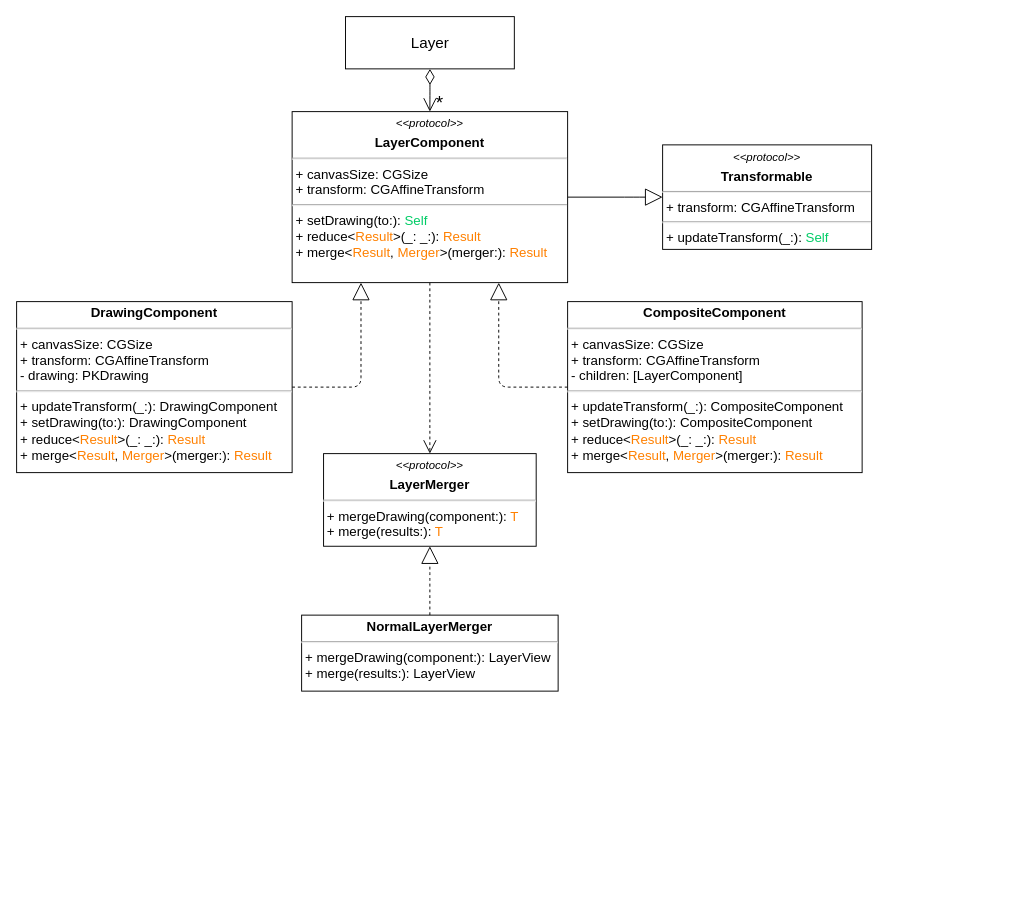
Before: diagrams/LayerDiagram.drawio in CS3217-Storyteller/storyteller-app, a draw.io diagram. Source tidied: cells renumbered, new cells numbered last; positions are measured from the earlier drawing's top-left corner, leaving out a move shared by most shapes. Both pictures are drawn from the tidied source at 95%, with x=0, y=0 at pixel (16, 16).
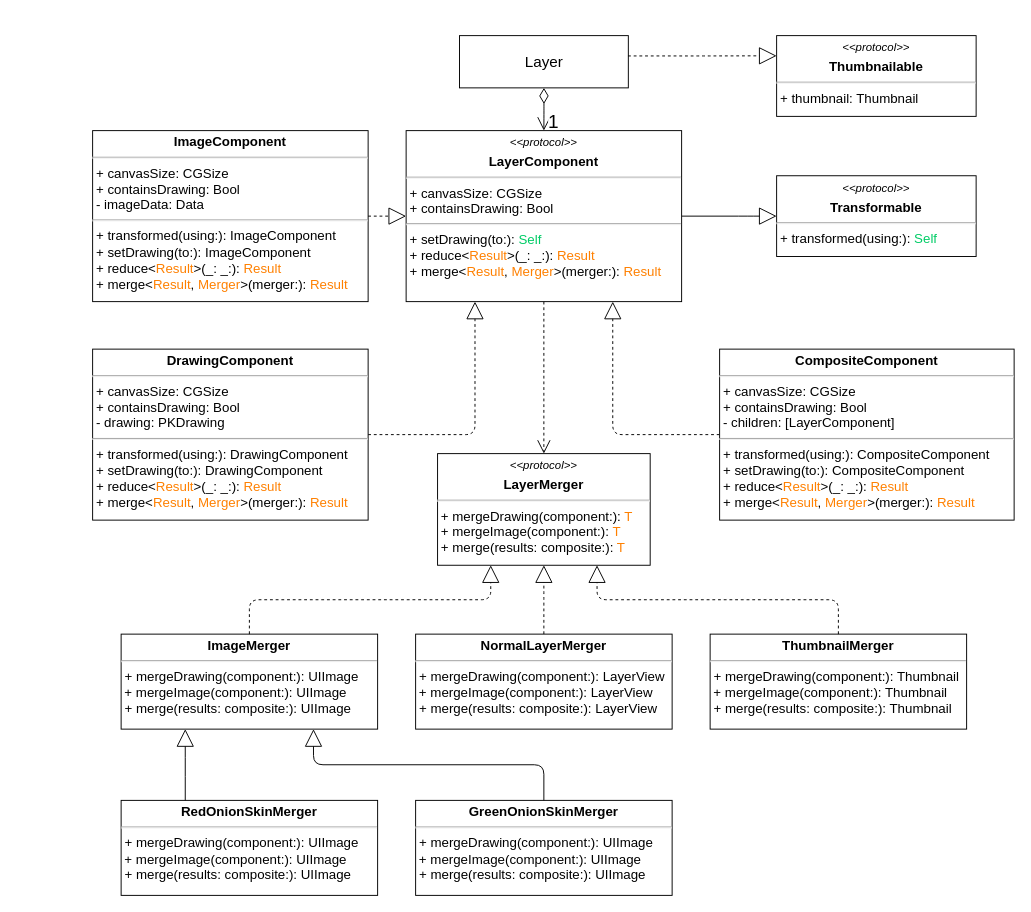
After the change.

Diff of the diagram source:
```diff
@@
     <mxCell id="2" value="&lt;span style=&quot;font-size: 16px&quot;&gt;Layer&lt;/span&gt;" style="html=1;" parent="1" vertex="1">
-      <mxGeometry x="346.2" width="177.7" height="55" as="geometry" />
+      <mxGeometry x="466.2" y="20" width="177.7" height="55" as="geometry" />
     </mxCell>
     <mxCell id="3" style="endArrow=open;html=1;endSize=12;startArrow=diamondThin;startSize=14;startFill=0;edgeStyle=orthogonalEdgeStyle;align=left;verticalAlign=bottom;exitX=0.5;exitY=1;exitDx=0;exitDy=0;entryX=0.5;entryY=0;entryDx=0;entryDy=0;" parent="1" edge="1" source="2" target="11">
-      <mxGeometry x="575.9" y="-891" as="geometry" />
+      <mxGeometry x="695.9" y="-871" as="geometry" />
     </mxCell>
-    <mxCell id="4" value="&lt;font style=&quot;font-size: 20px&quot;&gt;*&lt;/font&gt;" style="edgeLabel;html=1;align=center;verticalAlign=middle;" parent="3" vertex="1">
+    <mxCell id="4" value="&lt;font style=&quot;font-size: 20px&quot;&gt;1&lt;/font&gt;" style="edgeLabel;html=1;align=center;verticalAlign=middle;" parent="3" vertex="1">
       <mxGeometry relative="1" as="geometry">
         <mxPoint x="9.4" y="12" as="offset" />
       </mxGeometry>
     </mxCell>
     <mxCell id="5" style="endArrow=block;endSize=16;endFill=0;html=1;fontSize=15;exitX=0;exitY=0.5;exitDx=0;exitDy=0;entryX=0.75;entryY=1;entryDx=0;entryDy=0;edgeStyle=orthogonalEdgeStyle;dashed=1;" parent="1" edge="1" source="12" target="11">
       <mxGeometry relative="1" as="geometry">
         <Array as="points">
-          <mxPoint x="508" y="390" />
+          <mxPoint x="628" y="440" />
         </Array>
       </mxGeometry>
     </mxCell>
@@
     <mxCell id="7" style="endArrow=block;endSize=16;endFill=0;html=1;fontSize=15;exitX=1;exitY=0.5;exitDx=0;exitDy=0;entryX=0;entryY=0.5;entryDx=0;entryDy=0;edgeStyle=orthogonalEdgeStyle;" parent="1" edge="1" source="11" target="13">
       <mxGeometry relative="1" as="geometry">
         <Array as="points">
-          <mxPoint x="650" y="190" />
+          <mxPoint x="770" y="210" />
         </Array>
       </mxGeometry>
     </mxCell>
@@
     <mxCell id="9" style="endArrow=block;endSize=16;endFill=0;html=1;fontSize=15;exitX=0.5;exitY=0;exitDx=0;exitDy=0;entryX=0.5;entryY=1;entryDx=0;entryDy=0;edgeStyle=orthogonalEdgeStyle;dashed=1;" parent="1" edge="1" source="15" target="14">
       <mxGeometry relative="1" as="geometry">
         <Array as="points">
-          <mxPoint x="434.9" y="590" />
-          <mxPoint x="434.9" y="590" />
+          <mxPoint x="554.9" y="610" />
+          <mxPoint x="554.9" y="610" />
         </Array>
       </mxGeometry>
     </mxCell>
-    <mxCell id="10" value="&lt;p style=&quot;margin: 4px 0px 0px ; text-align: center ; font-size: 14px&quot;&gt;&lt;b style=&quot;font-size: 14px&quot;&gt;DrawingComponent&lt;/b&gt;&lt;/p&gt;&lt;hr style=&quot;font-size: 14px&quot;&gt;&lt;p style=&quot;margin: 0px 0px 0px 4px ; font-size: 14px&quot;&gt;+ canvasSize: CGSize&lt;/p&gt;&lt;p style=&quot;margin: 0px 0px 0px 4px ; font-size: 14px&quot;&gt;+&amp;nbsp;transform: CGAffineTransform&lt;/p&gt;&lt;p style=&quot;margin: 0px 0px 0px 4px ; font-size: 14px&quot;&gt;-&amp;nbsp;drawing: PKDrawing&amp;nbsp;&lt;/p&gt;&lt;hr style=&quot;font-size: 14px&quot;&gt;&lt;p style=&quot;margin: 0px 0px 0px 4px ; font-size: 14px&quot;&gt;+ updateTransform(_:): DrawingComponent&lt;br&gt;&lt;/p&gt;&lt;p style=&quot;margin: 0px 0px 0px 4px ; font-size: 14px&quot;&gt;+ setDrawing(to:): DrawingComponent&lt;/p&gt;&lt;p style=&quot;margin: 0px 0px 0px 4px ; font-size: 14px&quot;&gt;+ reduce&amp;lt;&lt;font color=&quot;#ff8000&quot;&gt;Result&lt;/font&gt;&amp;gt;(_: _:): &lt;font color=&quot;#ff8000&quot;&gt;Result&lt;/font&gt;&lt;/p&gt;&lt;p style=&quot;margin: 0px 0px 0px 4px ; font-size: 14px&quot;&gt;+&amp;nbsp;merge&amp;lt;&lt;font color=&quot;#ff8000&quot;&gt;Result&lt;/font&gt;, &lt;font color=&quot;#ff8000&quot;&gt;Merger&lt;/font&gt;&amp;gt;(merger:): &lt;font color=&quot;#ff8000&quot;&gt;Result&lt;/font&gt;&lt;/p&gt;" style="verticalAlign=top;align=left;overflow=fill;fontSize=14;fontFamily=Helvetica;html=1;" parent="1" vertex="1">
-      <mxGeometry y="300" width="290" height="180" as="geometry" />
+    <mxCell id="10" value="&lt;p style=&quot;margin: 4px 0px 0px ; text-align: center ; font-size: 14px&quot;&gt;&lt;b style=&quot;font-size: 14px&quot;&gt;DrawingComponent&lt;/b&gt;&lt;/p&gt;&lt;hr style=&quot;font-size: 14px&quot;&gt;&lt;p style=&quot;margin: 0px 0px 0px 4px ; font-size: 14px&quot;&gt;+ canvasSize: CGSize&lt;/p&gt;&lt;p style=&quot;margin: 0px 0px 0px 4px ; font-size: 14px&quot;&gt;+ containsDrawing: Bool&lt;/p&gt;&lt;p style=&quot;margin: 0px 0px 0px 4px ; font-size: 14px&quot;&gt;-&amp;nbsp;drawing: PKDrawing&amp;nbsp;&lt;/p&gt;&lt;hr style=&quot;font-size: 14px&quot;&gt;&lt;p style=&quot;margin: 0px 0px 0px 4px ; font-size: 14px&quot;&gt;+ transformed(using:): DrawingComponent&lt;br&gt;&lt;/p&gt;&lt;p style=&quot;margin: 0px 0px 0px 4px ; font-size: 14px&quot;&gt;+ setDrawing(to:): DrawingComponent&lt;/p&gt;&lt;p style=&quot;margin: 0px 0px 0px 4px ; font-size: 14px&quot;&gt;+ reduce&amp;lt;&lt;font color=&quot;#ff8000&quot;&gt;Result&lt;/font&gt;&amp;gt;(_: _:): &lt;font color=&quot;#ff8000&quot;&gt;Result&lt;/font&gt;&lt;/p&gt;&lt;p style=&quot;margin: 0px 0px 0px 4px ; font-size: 14px&quot;&gt;+&amp;nbsp;merge&amp;lt;&lt;font color=&quot;#ff8000&quot;&gt;Result&lt;/font&gt;, &lt;font color=&quot;#ff8000&quot;&gt;Merger&lt;/font&gt;&amp;gt;(merger:): &lt;font color=&quot;#ff8000&quot;&gt;Result&lt;/font&gt;&lt;/p&gt;" style="verticalAlign=top;align=left;overflow=fill;fontSize=14;fontFamily=Helvetica;html=1;" parent="1" vertex="1">
+      <mxGeometry x="80" y="350" width="290" height="180" as="geometry" />
     </mxCell>
-    <mxCell id="11" value="&lt;p style=&quot;margin: 4px 0px 0px ; text-align: center ; font-size: 14px&quot;&gt;&lt;i style=&quot;font-size: 12px&quot;&gt;&amp;lt;&amp;lt;protocol&amp;gt;&amp;gt;&lt;/i&gt;&lt;b style=&quot;font-size: 14px&quot;&gt;&lt;br&gt;&lt;/b&gt;&lt;/p&gt;&lt;p style=&quot;margin: 4px 0px 0px ; text-align: center ; font-size: 14px&quot;&gt;&lt;b style=&quot;font-size: 14px&quot;&gt;LayerComponent&lt;/b&gt;&lt;/p&gt;&lt;hr style=&quot;font-size: 14px&quot;&gt;&lt;p style=&quot;margin: 0px 0px 0px 4px ; font-size: 14px&quot;&gt;+ canvasSize: CGSize&lt;/p&gt;&lt;p style=&quot;margin: 0px 0px 0px 4px ; font-size: 14px&quot;&gt;+&amp;nbsp;transform: CGAffineTransform&lt;br&gt;&lt;/p&gt;&lt;hr style=&quot;font-size: 14px&quot;&gt;&lt;p style=&quot;margin: 0px 0px 0px 4px ; font-size: 14px&quot;&gt;+ setDrawing(to:): &lt;font color=&quot;#00cc66&quot;&gt;Self&lt;/font&gt;&lt;/p&gt;&lt;p style=&quot;margin: 0px 0px 0px 4px&quot;&gt;+ reduce&amp;lt;&lt;font color=&quot;#ff8000&quot;&gt;Result&lt;/font&gt;&amp;gt;(_: _:):&amp;nbsp;&lt;font color=&quot;#ff8000&quot;&gt;Result&lt;/font&gt;&lt;/p&gt;&lt;p style=&quot;margin: 0px 0px 0px 4px&quot;&gt;+&amp;nbsp;merge&amp;lt;&lt;font color=&quot;#ff8000&quot;&gt;Result&lt;/font&gt;,&amp;nbsp;&lt;font color=&quot;#ff8000&quot;&gt;Merger&lt;/font&gt;&amp;gt;(merger:):&amp;nbsp;&lt;font color=&quot;#ff8000&quot;&gt;Result&lt;/font&gt;&lt;/p&gt;" style="verticalAlign=top;align=left;overflow=fill;fontSize=14;fontFamily=Helvetica;html=1;" parent="1" vertex="1">
-      <mxGeometry x="290" y="100" width="290" height="180" as="geometry" />
+    <mxCell id="11" value="&lt;p style=&quot;margin: 4px 0px 0px ; text-align: center ; font-size: 14px&quot;&gt;&lt;i style=&quot;font-size: 12px&quot;&gt;&amp;lt;&amp;lt;protocol&amp;gt;&amp;gt;&lt;/i&gt;&lt;b style=&quot;font-size: 14px&quot;&gt;&lt;br&gt;&lt;/b&gt;&lt;/p&gt;&lt;p style=&quot;margin: 4px 0px 0px ; text-align: center ; font-size: 14px&quot;&gt;&lt;b style=&quot;font-size: 14px&quot;&gt;LayerComponent&lt;/b&gt;&lt;/p&gt;&lt;hr style=&quot;font-size: 14px&quot;&gt;&lt;p style=&quot;margin: 0px 0px 0px 4px ; font-size: 14px&quot;&gt;+ canvasSize: CGSize&lt;/p&gt;&lt;p style=&quot;margin: 0px 0px 0px 4px ; font-size: 14px&quot;&gt;+ containsDrawing: Bool&lt;/p&gt;&lt;hr style=&quot;font-size: 14px&quot;&gt;&lt;p style=&quot;margin: 0px 0px 0px 4px ; font-size: 14px&quot;&gt;+ setDrawing(to:): &lt;font color=&quot;#00cc66&quot;&gt;Self&lt;/font&gt;&lt;/p&gt;&lt;p style=&quot;margin: 0px 0px 0px 4px&quot;&gt;+ reduce&amp;lt;&lt;font color=&quot;#ff8000&quot;&gt;Result&lt;/font&gt;&amp;gt;(_: _:):&amp;nbsp;&lt;font color=&quot;#ff8000&quot;&gt;Result&lt;/font&gt;&lt;/p&gt;&lt;p style=&quot;margin: 0px 0px 0px 4px&quot;&gt;+&amp;nbsp;merge&amp;lt;&lt;font color=&quot;#ff8000&quot;&gt;Result&lt;/font&gt;,&amp;nbsp;&lt;font color=&quot;#ff8000&quot;&gt;Merger&lt;/font&gt;&amp;gt;(merger:):&amp;nbsp;&lt;font color=&quot;#ff8000&quot;&gt;Result&lt;/font&gt;&lt;/p&gt;" style="verticalAlign=top;align=left;overflow=fill;fontSize=14;fontFamily=Helvetica;html=1;" parent="1" vertex="1">
+      <mxGeometry x="410" y="120" width="290" height="180" as="geometry" />
     </mxCell>
-    <mxCell id="12" value="&lt;p style=&quot;margin: 4px 0px 0px ; text-align: center ; font-size: 14px&quot;&gt;&lt;b style=&quot;font-size: 14px&quot;&gt;CompositeComponent&lt;/b&gt;&lt;/p&gt;&lt;hr style=&quot;font-size: 14px&quot;&gt;&lt;p style=&quot;margin: 0px 0px 0px 4px ; font-size: 14px&quot;&gt;+ canvasSize: CGSize&lt;/p&gt;&lt;p style=&quot;margin: 0px 0px 0px 4px ; font-size: 14px&quot;&gt;+&amp;nbsp;transform: CGAffineTransform&lt;/p&gt;&lt;p style=&quot;margin: 0px 0px 0px 4px ; font-size: 14px&quot;&gt;-&amp;nbsp;children: [LayerComponent]&amp;nbsp;&lt;/p&gt;&lt;hr style=&quot;font-size: 14px&quot;&gt;&lt;p style=&quot;margin: 0px 0px 0px 4px ; font-size: 14px&quot;&gt;+ updateTransform(_:): CompositeComponent&lt;br&gt;&lt;/p&gt;&lt;p style=&quot;margin: 0px 0px 0px 4px ; font-size: 14px&quot;&gt;+ setDrawing(to:): CompositeComponent&lt;/p&gt;&lt;p style=&quot;margin: 0px 0px 0px 4px ; font-size: 14px&quot;&gt;+ reduce&amp;lt;&lt;font color=&quot;#ff8000&quot;&gt;Result&lt;/font&gt;&amp;gt;(_: _:): &lt;font color=&quot;#ff8000&quot;&gt;Result&lt;/font&gt;&lt;/p&gt;&lt;p style=&quot;margin: 0px 0px 0px 4px ; font-size: 14px&quot;&gt;+&amp;nbsp;merge&amp;lt;&lt;font color=&quot;#ff8000&quot;&gt;Result&lt;/font&gt;, &lt;font color=&quot;#ff8000&quot;&gt;Merger&lt;/font&gt;&amp;gt;(merger:): &lt;font color=&quot;#ff8000&quot;&gt;Result&lt;/font&gt;&lt;/p&gt;" style="verticalAlign=top;align=left;overflow=fill;fontSize=14;fontFamily=Helvetica;html=1;" parent="1" vertex="1">
-      <mxGeometry x="580" y="300" width="310" height="180" as="geometry" />
+    <mxCell id="12" value="&lt;p style=&quot;margin: 4px 0px 0px ; text-align: center ; font-size: 14px&quot;&gt;&lt;b style=&quot;font-size: 14px&quot;&gt;CompositeComponent&lt;/b&gt;&lt;/p&gt;&lt;hr style=&quot;font-size: 14px&quot;&gt;&lt;p style=&quot;margin: 0px 0px 0px 4px ; font-size: 14px&quot;&gt;+ canvasSize: CGSize&lt;/p&gt;&lt;p style=&quot;margin: 0px 0px 0px 4px ; font-size: 14px&quot;&gt;+&amp;nbsp;containsDrawing: Bool&lt;/p&gt;&lt;p style=&quot;margin: 0px 0px 0px 4px ; font-size: 14px&quot;&gt;-&amp;nbsp;children: [LayerComponent]&amp;nbsp;&lt;/p&gt;&lt;hr style=&quot;font-size: 14px&quot;&gt;&lt;p style=&quot;margin: 0px 0px 0px 4px ; font-size: 14px&quot;&gt;+ transformed(using:):&amp;nbsp;CompositeComponent&lt;br&gt;&lt;/p&gt;&lt;p style=&quot;margin: 0px 0px 0px 4px ; font-size: 14px&quot;&gt;+ setDrawing(to:): CompositeComponent&lt;/p&gt;&lt;p style=&quot;margin: 0px 0px 0px 4px ; font-size: 14px&quot;&gt;+ reduce&amp;lt;&lt;font color=&quot;#ff8000&quot;&gt;Result&lt;/font&gt;&amp;gt;(_: _:): &lt;font color=&quot;#ff8000&quot;&gt;Result&lt;/font&gt;&lt;/p&gt;&lt;p style=&quot;margin: 0px 0px 0px 4px ; font-size: 14px&quot;&gt;+&amp;nbsp;merge&amp;lt;&lt;font color=&quot;#ff8000&quot;&gt;Result&lt;/font&gt;, &lt;font color=&quot;#ff8000&quot;&gt;Merger&lt;/font&gt;&amp;gt;(merger:): &lt;font color=&quot;#ff8000&quot;&gt;Result&lt;/font&gt;&lt;/p&gt;" style="verticalAlign=top;align=left;overflow=fill;fontSize=14;fontFamily=Helvetica;html=1;" parent="1" vertex="1">
+      <mxGeometry x="740" y="350" width="310" height="180" as="geometry" />
     </mxCell>
-    <mxCell id="13" value="&lt;p style=&quot;margin: 4px 0px 0px ; text-align: center ; font-size: 14px&quot;&gt;&lt;i style=&quot;font-size: 12px&quot;&gt;&amp;lt;&amp;lt;protocol&amp;gt;&amp;gt;&lt;/i&gt;&lt;b style=&quot;font-size: 14px&quot;&gt;&lt;br&gt;&lt;/b&gt;&lt;/p&gt;&lt;p style=&quot;margin: 4px 0px 0px ; text-align: center ; font-size: 14px&quot;&gt;&lt;b style=&quot;font-size: 14px&quot;&gt;Transformable&lt;/b&gt;&lt;/p&gt;&lt;hr style=&quot;font-size: 14px&quot;&gt;&lt;p style=&quot;margin: 0px 0px 0px 4px ; font-size: 14px&quot;&gt;&lt;span&gt;+&amp;nbsp;transform: CGAffineTransform&lt;/span&gt;&lt;br&gt;&lt;/p&gt;&lt;hr style=&quot;font-size: 14px&quot;&gt;&lt;p style=&quot;margin: 0px 0px 0px 4px ; font-size: 14px&quot;&gt;+ updateTransform(_:): &lt;font color=&quot;#00cc66&quot;&gt;Self&lt;/font&gt;&lt;/p&gt;" style="verticalAlign=top;align=left;overflow=fill;fontSize=14;fontFamily=Helvetica;html=1;" parent="1" vertex="1">
-      <mxGeometry x="680" y="135" width="220" height="110" as="geometry" />
+    <mxCell id="13" value="&lt;p style=&quot;margin: 4px 0px 0px ; text-align: center ; font-size: 14px&quot;&gt;&lt;i style=&quot;font-size: 12px&quot;&gt;&amp;lt;&amp;lt;protocol&amp;gt;&amp;gt;&lt;/i&gt;&lt;b style=&quot;font-size: 14px&quot;&gt;&lt;br&gt;&lt;/b&gt;&lt;/p&gt;&lt;p style=&quot;margin: 4px 0px 0px ; text-align: center ; font-size: 14px&quot;&gt;&lt;b style=&quot;font-size: 14px&quot;&gt;Transformable&lt;/b&gt;&lt;/p&gt;&lt;hr style=&quot;font-size: 14px&quot;&gt;&lt;p style=&quot;margin: 0px 0px 0px 4px ; font-size: 14px&quot;&gt;+ transformed(using:): &lt;font color=&quot;#00cc66&quot;&gt;Self&lt;/font&gt;&lt;/p&gt;" style="verticalAlign=top;align=left;overflow=fill;fontSize=14;fontFamily=Helvetica;html=1;" parent="1" vertex="1">
+      <mxGeometry x="800" y="167.5" width="210" height="85" as="geometry" />
     </mxCell>
-    <mxCell id="14" value="&lt;p style=&quot;margin: 4px 0px 0px ; text-align: center ; font-size: 14px&quot;&gt;&lt;i style=&quot;font-size: 12px&quot;&gt;&amp;lt;&amp;lt;protocol&amp;gt;&amp;gt;&lt;/i&gt;&lt;b style=&quot;font-size: 14px&quot;&gt;&lt;br&gt;&lt;/b&gt;&lt;/p&gt;&lt;p style=&quot;margin: 4px 0px 0px ; text-align: center&quot;&gt;&lt;b&gt;LayerMerger&lt;/b&gt;&lt;/p&gt;&lt;hr style=&quot;font-size: 14px&quot;&gt;&lt;p style=&quot;margin: 0px 0px 0px 4px ; font-size: 14px&quot;&gt;+ mergeDrawing(component:): &lt;font color=&quot;#ff8000&quot;&gt;T&lt;/font&gt;&lt;/p&gt;&lt;p style=&quot;margin: 0px 0px 0px 4px ; font-size: 14px&quot;&gt;+ merge(results:): &lt;font color=&quot;#ff8000&quot;&gt;T&lt;/font&gt;&lt;/p&gt;" style="verticalAlign=top;align=left;overflow=fill;fontSize=14;fontFamily=Helvetica;html=1;" parent="1" vertex="1">
-      <mxGeometry x="323.1" y="460" width="223.8" height="97.5" as="geometry" />
+    <mxCell id="14" value="&lt;p style=&quot;margin: 4px 0px 0px ; text-align: center ; font-size: 14px&quot;&gt;&lt;i style=&quot;font-size: 12px&quot;&gt;&amp;lt;&amp;lt;protocol&amp;gt;&amp;gt;&lt;/i&gt;&lt;b style=&quot;font-size: 14px&quot;&gt;&lt;br&gt;&lt;/b&gt;&lt;/p&gt;&lt;p style=&quot;margin: 4px 0px 0px ; text-align: center&quot;&gt;&lt;b&gt;LayerMerger&lt;/b&gt;&lt;/p&gt;&lt;hr style=&quot;font-size: 14px&quot;&gt;&lt;p style=&quot;margin: 0px 0px 0px 4px ; font-size: 14px&quot;&gt;+ mergeDrawing(component:): &lt;font color=&quot;#ff8000&quot;&gt;T&lt;/font&gt;&lt;/p&gt;&amp;nbsp;+ mergeImage(component:):&amp;nbsp;&lt;font color=&quot;#ff8000&quot;&gt;T&lt;/font&gt;&lt;p style=&quot;margin: 0px 0px 0px 4px ; font-size: 14px&quot;&gt;+ merge(results: composite:): &lt;font color=&quot;#ff8000&quot;&gt;T&lt;/font&gt;&lt;/p&gt;" style="verticalAlign=top;align=left;overflow=fill;fontSize=14;fontFamily=Helvetica;html=1;" parent="1" vertex="1">
+      <mxGeometry x="443.1" y="460" width="223.8" height="117.5" as="geometry" />
     </mxCell>
-    <mxCell id="15" value="&lt;p style=&quot;margin: 4px 0px 0px ; text-align: center&quot;&gt;&lt;b&gt;NormalLayerMerger&lt;/b&gt;&lt;/p&gt;&lt;hr style=&quot;font-size: 14px&quot;&gt;&lt;p style=&quot;margin: 0px 0px 0px 4px ; font-size: 14px&quot;&gt;&lt;span&gt;+ mergeDrawing(component:): LayerView&lt;/span&gt;&lt;/p&gt;&lt;p style=&quot;margin: 0px 0px 0px 4px&quot;&gt;+ merge(results:): LayerView&lt;/p&gt;" style="verticalAlign=top;align=left;overflow=fill;fontSize=14;fontFamily=Helvetica;html=1;" parent="1" vertex="1">
-      <mxGeometry x="300" y="630" width="270" height="80" as="geometry" />
+    <mxCell id="15" value="&lt;p style=&quot;margin: 4px 0px 0px ; text-align: center&quot;&gt;&lt;b&gt;NormalLayerMerger&lt;/b&gt;&lt;/p&gt;&lt;hr style=&quot;font-size: 14px&quot;&gt;&lt;p style=&quot;margin: 0px 0px 0px 4px ; font-size: 14px&quot;&gt;&lt;span&gt;+ mergeDrawing(component:): LayerView&lt;/span&gt;&lt;/p&gt;&amp;nbsp;+ mergeImage(component:): LayerView&lt;p style=&quot;margin: 0px 0px 0px 4px&quot;&gt;+ merge(results: composite:): LayerView&lt;/p&gt;" style="verticalAlign=top;align=left;overflow=fill;fontSize=14;fontFamily=Helvetica;html=1;" parent="1" vertex="1">
+      <mxGeometry x="420" y="650" width="270" height="100" as="geometry" />
     </mxCell>
+    <mxCell id="16" value="&lt;p style=&quot;margin: 4px 0px 0px ; text-align: center&quot;&gt;&lt;b&gt;ThumbnailMerger&lt;/b&gt;&lt;/p&gt;&lt;hr style=&quot;font-size: 14px&quot;&gt;&lt;p style=&quot;margin: 0px 0px 0px 4px ; font-size: 14px&quot;&gt;&lt;span&gt;+ mergeDrawing(component:): Thumbnail&lt;/span&gt;&lt;/p&gt;&amp;nbsp;+ mergeImage(component:): Thumbnail&lt;p style=&quot;margin: 0px 0px 0px 4px&quot;&gt;+ merge(results: composite:): Thumbnail&lt;/p&gt;" style="verticalAlign=top;align=left;overflow=fill;fontSize=14;fontFamily=Helvetica;html=1;" parent="1" vertex="1">
+      <mxGeometry x="730" y="650" width="270" height="100" as="geometry" />
+    </mxCell>
+    <mxCell id="17" style="endArrow=block;endSize=16;endFill=0;html=1;fontSize=15;entryX=0.75;entryY=1;entryDx=0;entryDy=0;edgeStyle=orthogonalEdgeStyle;dashed=1;exitX=0.5;exitY=0;exitDx=0;exitDy=0;" parent="1" edge="1" source="16" target="14">
+      <mxGeometry relative="1" as="geometry" />
+    </mxCell>
+    <mxCell id="18" value="&lt;p style=&quot;margin: 4px 0px 0px ; text-align: center&quot;&gt;&lt;b&gt;ImageMerger&lt;/b&gt;&lt;/p&gt;&lt;hr style=&quot;font-size: 14px&quot;&gt;&lt;p style=&quot;margin: 0px 0px 0px 4px ; font-size: 14px&quot;&gt;&lt;span&gt;+ mergeDrawing(component:): UIImage&lt;/span&gt;&lt;/p&gt;&amp;nbsp;+ mergeImage(component:): UIImage&lt;p style=&quot;margin: 0px 0px 0px 4px&quot;&gt;+ merge(results: composite:): UIImage&lt;/p&gt;" style="verticalAlign=top;align=left;overflow=fill;fontSize=14;fontFamily=Helvetica;html=1;" parent="1" vertex="1">
+      <mxGeometry x="110" y="650" width="270" height="100" as="geometry" />
+    </mxCell>
+    <mxCell id="19" style="endArrow=block;endSize=16;endFill=0;html=1;fontSize=15;entryX=0.25;entryY=1;entryDx=0;entryDy=0;edgeStyle=orthogonalEdgeStyle;dashed=1;exitX=0.5;exitY=0;exitDx=0;exitDy=0;" parent="1" edge="1" source="18" target="14">
+      <mxGeometry relative="1" as="geometry" />
+    </mxCell>
+    <mxCell id="20" value="&lt;p style=&quot;margin: 4px 0px 0px ; text-align: center&quot;&gt;&lt;b&gt;RedOnionSkinMerger&lt;/b&gt;&lt;/p&gt;&lt;hr style=&quot;font-size: 14px&quot;&gt;&lt;p style=&quot;margin: 0px 0px 0px 4px ; font-size: 14px&quot;&gt;&lt;span&gt;+ mergeDrawing(component:): UIImage&lt;/span&gt;&lt;/p&gt;&amp;nbsp;+ mergeImage(component:): UIImage&lt;p style=&quot;margin: 0px 0px 0px 4px&quot;&gt;+ merge(results: composite:): UIImage&lt;/p&gt;" style="verticalAlign=top;align=left;overflow=fill;fontSize=14;fontFamily=Helvetica;html=1;" parent="1" vertex="1">
+      <mxGeometry x="110" y="825" width="270" height="100" as="geometry" />
+    </mxCell>
+    <mxCell id="21" value="&lt;p style=&quot;margin: 4px 0px 0px ; text-align: center&quot;&gt;&lt;b&gt;GreenOnionSkinMerger&lt;/b&gt;&lt;/p&gt;&lt;hr style=&quot;font-size: 14px&quot;&gt;&lt;p style=&quot;margin: 0px 0px 0px 4px ; font-size: 14px&quot;&gt;&lt;span&gt;+ mergeDrawing(component:): UIImage&lt;/span&gt;&lt;/p&gt;&amp;nbsp;+ mergeImage(component:): UIImage&lt;p style=&quot;margin: 0px 0px 0px 4px&quot;&gt;+ merge(results: composite:): UIImage&lt;/p&gt;" style="verticalAlign=top;align=left;overflow=fill;fontSize=14;fontFamily=Helvetica;html=1;" parent="1" vertex="1">
+      <mxGeometry x="420" y="825" width="270" height="100" as="geometry" />
+    </mxCell>
+    <mxCell id="22" style="endArrow=block;endSize=16;endFill=0;html=1;fontSize=15;exitX=0.25;exitY=0;exitDx=0;exitDy=0;entryX=0.25;entryY=1;entryDx=0;entryDy=0;edgeStyle=orthogonalEdgeStyle;" parent="1" edge="1" source="20" target="18">
+      <mxGeometry relative="1" as="geometry">
+        <Array as="points">
+          <mxPoint x="178" y="790" />
+          <mxPoint x="178" y="790" />
+        </Array>
+      </mxGeometry>
+    </mxCell>
+    <mxCell id="23" style="endArrow=block;endSize=16;endFill=0;html=1;fontSize=15;entryX=0.75;entryY=1;entryDx=0;entryDy=0;edgeStyle=orthogonalEdgeStyle;exitX=0.5;exitY=0;exitDx=0;exitDy=0;" parent="1" edge="1" source="21" target="18">
+      <mxGeometry relative="1" as="geometry" />
+    </mxCell>
+    <mxCell id="24" value="&lt;p style=&quot;margin: 4px 0px 0px ; text-align: center ; font-size: 14px&quot;&gt;&lt;b style=&quot;font-size: 14px&quot;&gt;ImageComponent&lt;/b&gt;&lt;/p&gt;&lt;hr style=&quot;font-size: 14px&quot;&gt;&lt;p style=&quot;margin: 0px 0px 0px 4px ; font-size: 14px&quot;&gt;+ canvasSize: CGSize&lt;/p&gt;&lt;p style=&quot;margin: 0px 0px 0px 4px ; font-size: 14px&quot;&gt;+ containsDrawing: Bool&lt;/p&gt;&lt;p style=&quot;margin: 0px 0px 0px 4px ; font-size: 14px&quot;&gt;-&amp;nbsp;imageData: Data&amp;nbsp;&lt;/p&gt;&lt;hr style=&quot;font-size: 14px&quot;&gt;&lt;p style=&quot;margin: 0px 0px 0px 4px ; font-size: 14px&quot;&gt;+ transformed(using:): ImageComponent&lt;br&gt;&lt;/p&gt;&lt;p style=&quot;margin: 0px 0px 0px 4px ; font-size: 14px&quot;&gt;+ setDrawing(to:): ImageComponent&lt;/p&gt;&lt;p style=&quot;margin: 0px 0px 0px 4px ; font-size: 14px&quot;&gt;+ reduce&amp;lt;&lt;font color=&quot;#ff8000&quot;&gt;Result&lt;/font&gt;&amp;gt;(_: _:): &lt;font color=&quot;#ff8000&quot;&gt;Result&lt;/font&gt;&lt;/p&gt;&lt;p style=&quot;margin: 0px 0px 0px 4px ; font-size: 14px&quot;&gt;+&amp;nbsp;merge&amp;lt;&lt;font color=&quot;#ff8000&quot;&gt;Result&lt;/font&gt;, &lt;font color=&quot;#ff8000&quot;&gt;Merger&lt;/font&gt;&amp;gt;(merger:): &lt;font color=&quot;#ff8000&quot;&gt;Result&lt;/font&gt;&lt;/p&gt;" style="verticalAlign=top;align=left;overflow=fill;fontSize=14;fontFamily=Helvetica;html=1;" parent="1" vertex="1">
+      <mxGeometry x="80" y="120" width="290" height="180" as="geometry" />
+    </mxCell>
+    <mxCell id="25" style="endArrow=block;endSize=16;endFill=0;html=1;fontSize=15;exitX=1;exitY=0.5;exitDx=0;exitDy=0;entryX=0;entryY=0.5;entryDx=0;entryDy=0;edgeStyle=orthogonalEdgeStyle;dashed=1;" parent="1" edge="1" source="24" target="11">
+      <mxGeometry relative="1" as="geometry" />
+    </mxCell>
+    <mxCell id="26" value="&lt;p style=&quot;margin: 4px 0px 0px ; text-align: center ; font-size: 14px&quot;&gt;&lt;i style=&quot;font-size: 12px&quot;&gt;&amp;lt;&amp;lt;protocol&amp;gt;&amp;gt;&lt;/i&gt;&lt;b style=&quot;font-size: 14px&quot;&gt;&lt;br&gt;&lt;/b&gt;&lt;/p&gt;&lt;p style=&quot;margin: 4px 0px 0px ; text-align: center ; font-size: 14px&quot;&gt;&lt;b style=&quot;font-size: 14px&quot;&gt;Thumbnailable&lt;/b&gt;&lt;/p&gt;&lt;hr style=&quot;font-size: 14px&quot;&gt;&lt;p style=&quot;margin: 0px 0px 0px 4px ; font-size: 14px&quot;&gt;+ thumbnail: Thumbnail&lt;/p&gt;" style="verticalAlign=top;align=left;overflow=fill;fontSize=14;fontFamily=Helvetica;html=1;" parent="1" vertex="1">
+      <mxGeometry x="800" y="20" width="210" height="85" as="geometry" />
+    </mxCell>
+    <mxCell id="27" style="endArrow=block;endSize=16;endFill=0;html=1;fontSize=15;entryX=0;entryY=0.25;entryDx=0;entryDy=0;edgeStyle=orthogonalEdgeStyle;dashed=1;exitX=0.998;exitY=0.389;exitDx=0;exitDy=0;exitPerimeter=0;" parent="1" edge="1" source="2" target="26">
+      <mxGeometry relative="1" as="geometry" />
+    </mxCell>
```
